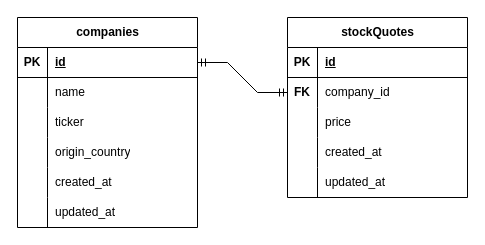
This is data-model.drawio from Denyyyys/Stock-Quotes-API, a draw.io file, before an edit. Source tidied: cells renumbered, new cells numbered last; positions are measured from the earlier drawing's top-left corner, leaving out a move shared by most shapes. Both pictures are drawn from the tidied source at 100%, with x=0, y=0 at pixel (17, 17).
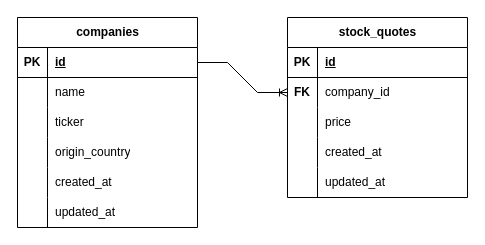
After the change.

Commit message:
Update design of data model

The change refers to these unchanged cells:
```xml
<mxCell id="3" style="shape=tableRow;horizontal=0;startSize=0;swimlaneHead=0;swimlaneBody=0;fillColor=none;points=[[0,0.5],[1,0.5]];portConstraint=eastwest;top=0;left=0;right=0;bottom=1;" parent="2" vertex="1">
  <mxGeometry y="30" width="180" height="30" as="geometry" />
</mxCell>
<mxCell id="25" style="shape=tableRow;horizontal=0;startSize=0;swimlaneHead=0;swimlaneBody=0;fillColor=none;points=[[0,0.5],[1,0.5]];portConstraint=eastwest;top=0;left=0;right=0;bottom=0;" parent="21" vertex="1">
  <mxGeometry y="60" width="180" height="30" as="geometry" />
</mxCell>
```

The edit, as a diff of the source:
```diff
@@
-    <mxCell id="21" value="stockQuotes" style="shape=table;startSize=30;childLayout=tableLayout;rowLines=0;fontStyle=1;align=center;html=1;" parent="1" vertex="1">
+    <mxCell id="21" value="stock_quotes" style="shape=table;startSize=30;childLayout=tableLayout;rowLines=0;fontStyle=1;align=center;html=1;" parent="1" vertex="1">
       <mxGeometry x="270" width="180" height="180" as="geometry" />
     </mxCell>
@@
-    <mxCell id="37" style="edgeStyle=entityRelationEdgeStyle;fontSize=12;html=1;endArrow=ERmandOne;startArrow=ERmandOne;rounded=0;exitX=1;exitY=0.5;exitDx=0;exitDy=0;entryX=0;entryY=0.5;entryDx=0;entryDy=0;" parent="1" edge="1" source="3" target="25">
+    <mxCell id="37" style="edgeStyle=entityRelationEdgeStyle;fontSize=12;html=1;endArrow=ERoneToMany;rounded=0;exitX=1;exitY=0.5;exitDx=0;exitDy=0;entryX=0;entryY=0.5;entryDx=0;entryDy=0;" parent="1" edge="1" source="3" target="25">
       <mxGeometry relative="1" as="geometry" />
     </mxCell>
```
